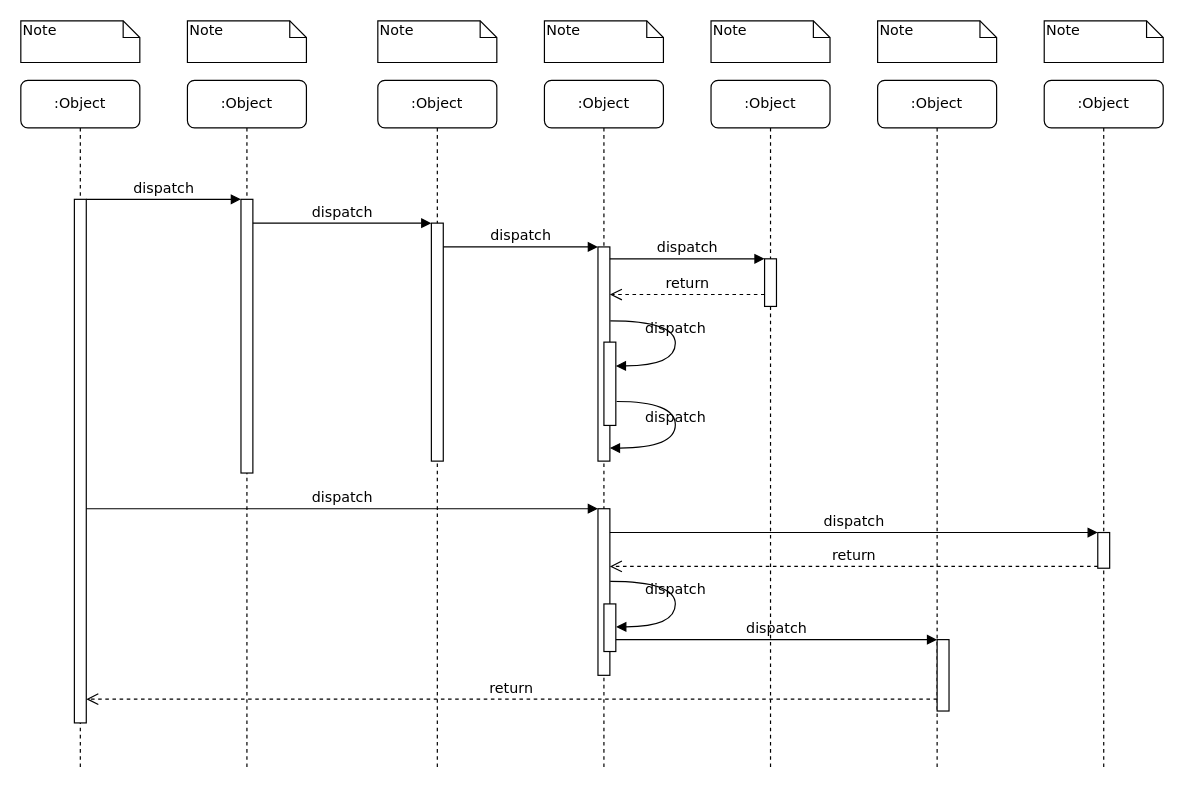
Above: Диаграмма _последовательности.drawio in Grigosty/diagrammsForStudy (draw.io), before the change. Source tidied: cells renumbered, new cells numbered last; positions are measured from the earlier drawing's top-left corner, leaving out a move shared by most shapes. Both pictures are drawn from the tidied source at 119%, with x=0, y=0 at pixel (20, 20).
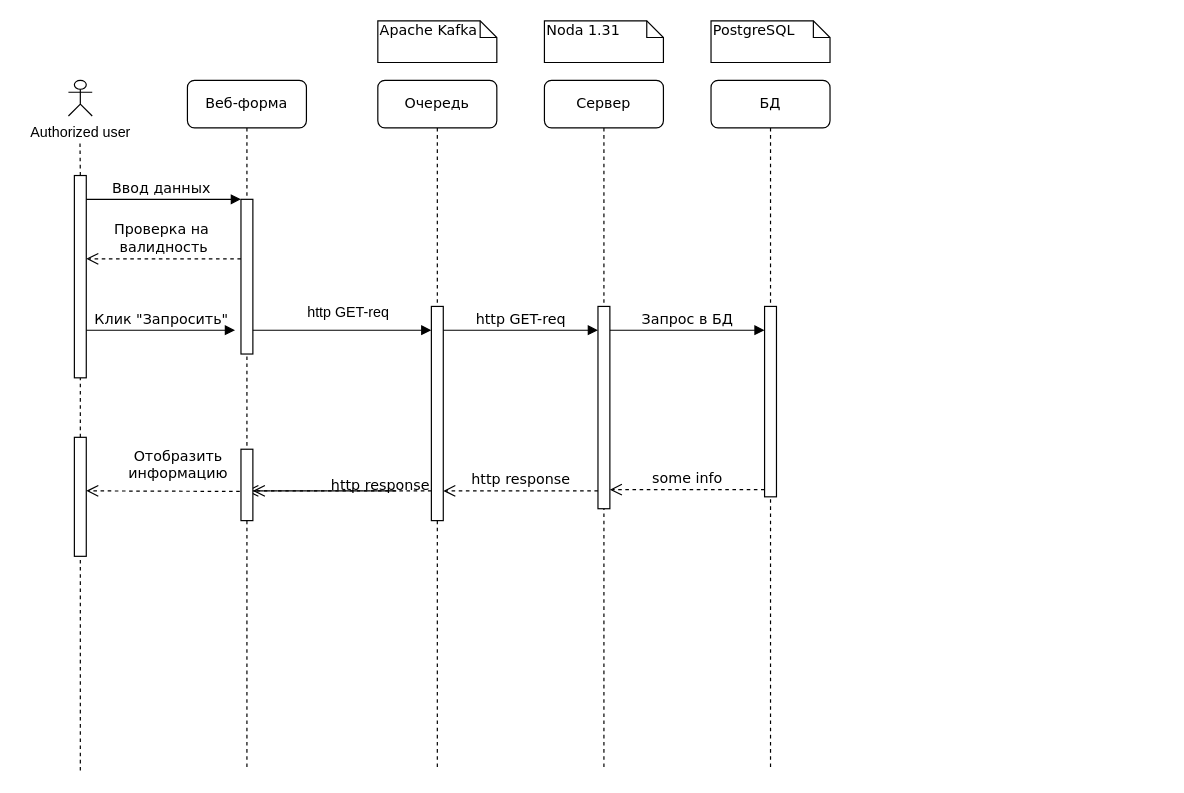
The same diagram, later.

The edit, as a diff of the source:
```diff
@@
-    <mxCell id="2" value=":Object" style="shape=umlLifeline;perimeter=lifelinePerimeter;whiteSpace=wrap;html=1;rounded=1;shadow=0;comic=0;labelBackgroundColor=none;strokeWidth=1;fontFamily=Verdana;fontSize=12;align=center;" parent="1" vertex="1">
+    <mxCell id="2" value="Веб-форма" style="shape=umlLifeline;perimeter=lifelinePerimeter;whiteSpace=wrap;html=1;rounded=1;shadow=0;comic=0;labelBackgroundColor=none;strokeWidth=1;fontFamily=Verdana;fontSize=12;align=center;" parent="1" vertex="1">
       <mxGeometry x="140" y="50" width="100" height="580" as="geometry" />
     </mxCell>
     <mxCell id="3" style="html=1;points=[];perimeter=orthogonalPerimeter;rounded=0;shadow=0;comic=0;labelBackgroundColor=none;strokeWidth=1;fontFamily=Verdana;fontSize=12;align=center;" parent="2" vertex="1">
-      <mxGeometry x="45" y="100" width="10" height="230" as="geometry" />
+      <mxGeometry x="45" y="100" width="10" height="130" as="geometry" />
     </mxCell>
+    <mxCell id="39" value="Проверка на&amp;nbsp;&lt;div&gt;валидность&lt;/div&gt;" style="html=1;verticalAlign=bottom;endArrow=open;dashed=1;endSize=8;labelBackgroundColor=none;fontFamily=Verdana;fontSize=12;edgeStyle=elbowEdgeStyle;elbow=vertical;" parent="2" edge="1">
+      <mxGeometry relative="1" as="geometry">
+        <mxPoint x="45" y="150" as="sourcePoint" />
+        <mxPoint x="-85" y="150" as="targetPoint" />
+        <Array as="points">
+          <mxPoint x="-10" y="150" />
+          <mxPoint x="20" y="150" />
+        </Array>
+      </mxGeometry>
+    </mxCell>
-    <mxCell id="4" value=":Object" style="shape=umlLifeline;perimeter=lifelinePerimeter;whiteSpace=wrap;html=1;rounded=1;shadow=0;comic=0;labelBackgroundColor=none;strokeWidth=1;fontFamily=Verdana;fontSize=12;align=center;" parent="1" vertex="1">
+    <mxCell id="4" value="Очередь" style="shape=umlLifeline;perimeter=lifelinePerimeter;whiteSpace=wrap;html=1;rounded=1;shadow=0;comic=0;labelBackgroundColor=none;strokeWidth=1;fontFamily=Verdana;fontSize=12;align=center;" parent="1" vertex="1">
       <mxGeometry x="300" y="50" width="100" height="580" as="geometry" />
     </mxCell>
     <mxCell id="5" style="html=1;points=[];perimeter=orthogonalPerimeter;rounded=0;shadow=0;comic=0;labelBackgroundColor=none;strokeWidth=1;fontFamily=Verdana;fontSize=12;align=center;" parent="4" vertex="1">
-      <mxGeometry x="45" y="120" width="10" height="200" as="geometry" />
+      <mxGeometry x="45" y="190" width="10" height="180" as="geometry" />
     </mxCell>
-    <mxCell id="6" value=":Object" style="shape=umlLifeline;perimeter=lifelinePerimeter;whiteSpace=wrap;html=1;rounded=1;shadow=0;comic=0;labelBackgroundColor=none;strokeWidth=1;fontFamily=Verdana;fontSize=12;align=center;" parent="1" vertex="1">
+    <mxCell id="6" value="Сервер" style="shape=umlLifeline;perimeter=lifelinePerimeter;whiteSpace=wrap;html=1;rounded=1;shadow=0;comic=0;labelBackgroundColor=none;strokeWidth=1;fontFamily=Verdana;fontSize=12;align=center;" parent="1" vertex="1">
       <mxGeometry x="440" y="50" width="100" height="580" as="geometry" />
     </mxCell>
+    <mxCell id="13" value="http GET-req" style="html=1;verticalAlign=bottom;endArrow=block;labelBackgroundColor=none;fontFamily=Verdana;fontSize=12;edgeStyle=elbowEdgeStyle;elbow=vertical;" parent="6" edge="1">
+      <mxGeometry relative="1" as="geometry">
+        <mxPoint x="-85" y="210" as="sourcePoint" />
+        <mxPoint x="45" y="210" as="targetPoint" />
+        <Array as="points">
+          <mxPoint x="-80" y="210" />
+        </Array>
+      </mxGeometry>
+    </mxCell>
+    <mxCell id="15" value="Запрос в БД" style="html=1;verticalAlign=bottom;endArrow=block;entryX=0;entryY=0;labelBackgroundColor=none;fontFamily=Verdana;fontSize=12;edgeStyle=elbowEdgeStyle;elbow=vertical;" parent="6" edge="1">
+      <mxGeometry relative="1" as="geometry">
+        <mxPoint x="55" y="210" as="sourcePoint" />
+        <mxPoint x="185" y="210" as="targetPoint" />
+      </mxGeometry>
+    </mxCell>
+    <mxCell id="12" style="html=1;points=[];perimeter=orthogonalPerimeter;rounded=0;shadow=0;comic=0;labelBackgroundColor=none;strokeWidth=1;fontFamily=Verdana;fontSize=12;align=center;" parent="6" vertex="1">
+      <mxGeometry x="45" y="190" width="10" height="170" as="geometry" />
+    </mxCell>
-    <mxCell id="7" value=":Object" style="shape=umlLifeline;perimeter=lifelinePerimeter;whiteSpace=wrap;html=1;rounded=1;shadow=0;comic=0;labelBackgroundColor=none;strokeWidth=1;fontFamily=Verdana;fontSize=12;align=center;" parent="1" vertex="1">
+    <mxCell id="7" value="БД" style="shape=umlLifeline;perimeter=lifelinePerimeter;whiteSpace=wrap;html=1;rounded=1;shadow=0;comic=0;labelBackgroundColor=none;strokeWidth=1;fontFamily=Verdana;fontSize=12;align=center;" parent="1" vertex="1">
       <mxGeometry x="580" y="50" width="100" height="580" as="geometry" />
     </mxCell>
-    <mxCell id="8" value=":Object" style="shape=umlLifeline;perimeter=lifelinePerimeter;whiteSpace=wrap;html=1;rounded=1;shadow=0;comic=0;labelBackgroundColor=none;strokeWidth=1;fontFamily=Verdana;fontSize=12;align=center;" parent="1" vertex="1">
-      <mxGeometry x="720" y="50" width="100" height="580" as="geometry" />
-    </mxCell>
-    <mxCell id="9" value=":Object" style="shape=umlLifeline;perimeter=lifelinePerimeter;whiteSpace=wrap;html=1;rounded=1;shadow=0;comic=0;labelBackgroundColor=none;strokeWidth=1;fontFamily=Verdana;fontSize=12;align=center;" parent="1" vertex="1">
-      <mxGeometry x="860" y="50" width="100" height="580" as="geometry" />
-    </mxCell>
-    <mxCell id="10" value=":Object" style="shape=umlLifeline;perimeter=lifelinePerimeter;whiteSpace=wrap;html=1;rounded=1;shadow=0;comic=0;labelBackgroundColor=none;strokeWidth=1;fontFamily=Verdana;fontSize=12;align=center;" parent="1" vertex="1">
-      <mxGeometry y="50" width="100" height="580" as="geometry" />
-    </mxCell>
-    <mxCell id="11" style="html=1;points=[];perimeter=orthogonalPerimeter;rounded=0;shadow=0;comic=0;labelBackgroundColor=none;strokeWidth=1;fontFamily=Verdana;fontSize=12;align=center;" parent="10" vertex="1">
-      <mxGeometry x="45" y="100" width="10" height="440" as="geometry" />
-    </mxCell>
-    <mxCell id="12" style="html=1;points=[];perimeter=orthogonalPerimeter;rounded=0;shadow=0;comic=0;labelBackgroundColor=none;strokeWidth=1;fontFamily=Verdana;fontSize=12;align=center;" parent="1" vertex="1">
-      <mxGeometry x="485" y="190" width="10" height="180" as="geometry" />
-    </mxCell>
-    <mxCell id="13" value="dispatch" style="html=1;verticalAlign=bottom;endArrow=block;labelBackgroundColor=none;fontFamily=Verdana;fontSize=12;edgeStyle=elbowEdgeStyle;elbow=vertical;" parent="1" edge="1" source="5" target="12">
-      <mxGeometry relative="1" as="geometry">
-        <Array as="points">
-          <mxPoint x="360" y="190" />
-        </Array>
-      </mxGeometry>
-    </mxCell>
-    <mxCell id="14" style="html=1;points=[];perimeter=orthogonalPerimeter;rounded=0;shadow=0;comic=0;labelBackgroundColor=none;strokeWidth=1;fontFamily=Verdana;fontSize=12;align=center;" parent="1" vertex="1">
-      <mxGeometry x="625" y="200" width="10" height="40" as="geometry" />
+    <mxCell id="14" style="html=1;points=[];perimeter=orthogonalPerimeter;rounded=0;shadow=0;comic=0;labelBackgroundColor=none;strokeWidth=1;fontFamily=Verdana;fontSize=12;align=center;" parent="7" vertex="1">
+      <mxGeometry x="45" y="190" width="10" height="160" as="geometry" />
     </mxCell>
-    <mxCell id="15" value="dispatch" style="html=1;verticalAlign=bottom;endArrow=block;entryX=0;entryY=0;labelBackgroundColor=none;fontFamily=Verdana;fontSize=12;edgeStyle=elbowEdgeStyle;elbow=vertical;" parent="1" edge="1" source="12" target="14">
-      <mxGeometry relative="1" as="geometry" />
-    </mxCell>
-    <mxCell id="16" value="return" style="html=1;verticalAlign=bottom;endArrow=open;dashed=1;endSize=8;labelBackgroundColor=none;fontFamily=Verdana;fontSize=12;edgeStyle=elbowEdgeStyle;elbow=vertical;" parent="1" edge="1" source="14" target="12">
-      <mxGeometry relative="1" as="geometry">
-        <Array as="points">
-          <mxPoint x="570" y="230" />
-          <mxPoint x="600" y="230" />
-        </Array>
-      </mxGeometry>
-    </mxCell>
-    <mxCell id="17" style="html=1;points=[];perimeter=orthogonalPerimeter;rounded=0;shadow=0;comic=0;labelBackgroundColor=none;strokeWidth=1;fontFamily=Verdana;fontSize=12;align=center;" parent="1" vertex="1">
-      <mxGeometry x="485" y="410" width="10" height="140" as="geometry" />
-    </mxCell>
-    <mxCell id="18" value="dispatch" style="html=1;verticalAlign=bottom;endArrow=block;entryX=0;entryY=0;labelBackgroundColor=none;fontFamily=Verdana;fontSize=12;" parent="1" edge="1" source="11" target="17">
-      <mxGeometry relative="1" as="geometry" />
-    </mxCell>
-    <mxCell id="19" style="html=1;points=[];perimeter=orthogonalPerimeter;rounded=0;shadow=0;comic=0;labelBackgroundColor=none;strokeColor=#000000;strokeWidth=1;fillColor=#FFFFFF;fontFamily=Verdana;fontSize=12;fontColor=#000000;align=center;" parent="1" vertex="1">
-      <mxGeometry x="905" y="430" width="10" height="30" as="geometry" />
-    </mxCell>
-    <mxCell id="20" value="dispatch" style="html=1;verticalAlign=bottom;endArrow=block;entryX=0;entryY=0;labelBackgroundColor=none;fontFamily=Verdana;fontSize=12;" parent="1" edge="1" source="17" target="19">
-      <mxGeometry relative="1" as="geometry" />
-    </mxCell>
-    <mxCell id="21" value="return" style="html=1;verticalAlign=bottom;endArrow=open;dashed=1;endSize=8;exitX=0;exitY=0.95;labelBackgroundColor=none;fontFamily=Verdana;fontSize=12;" parent="1" edge="1" source="19" target="17">
-      <mxGeometry relative="1" as="geometry" />
-    </mxCell>
-    <mxCell id="22" style="html=1;points=[];perimeter=orthogonalPerimeter;rounded=0;shadow=0;comic=0;labelBackgroundColor=none;strokeWidth=1;fontFamily=Verdana;fontSize=12;align=center;" parent="1" vertex="1">
-      <mxGeometry x="770" y="520" width="10" height="60" as="geometry" />
-    </mxCell>
-    <mxCell id="23" value="dispatch" style="html=1;verticalAlign=bottom;endArrow=block;entryX=0;entryY=0;labelBackgroundColor=none;fontFamily=Verdana;fontSize=12;edgeStyle=elbowEdgeStyle;elbow=vertical;" parent="1" edge="1" source="30" target="22">
-      <mxGeometry relative="1" as="geometry" />
-    </mxCell>
-    <mxCell id="24" value="return" style="html=1;verticalAlign=bottom;endArrow=open;dashed=1;endSize=8;labelBackgroundColor=none;fontFamily=Verdana;fontSize=12;edgeStyle=elbowEdgeStyle;elbow=vertical;" parent="1" edge="1" source="22" target="11">
-      <mxGeometry relative="1" as="geometry">
-        <Array as="points">
-          <mxPoint x="470" y="570" />
-        </Array>
-      </mxGeometry>
-    </mxCell>
-    <mxCell id="25" value="dispatch" style="html=1;verticalAlign=bottom;endArrow=block;entryX=0;entryY=0;labelBackgroundColor=none;fontFamily=Verdana;fontSize=12;edgeStyle=elbowEdgeStyle;elbow=vertical;" parent="1" edge="1" source="11" target="3">
-      <mxGeometry relative="1" as="geometry" />
+    <mxCell id="25" value="Ввод данных" style="html=1;verticalAlign=bottom;endArrow=block;entryX=0;entryY=0;labelBackgroundColor=none;fontFamily=Verdana;fontSize=12;edgeStyle=elbowEdgeStyle;elbow=vertical;" parent="1" edge="1" target="3">
+      <mxGeometry relative="1" as="geometry">
+        <mxPoint x="50" y="150" as="sourcePoint" />
+      </mxGeometry>
     </mxCell>
-    <mxCell id="26" value="dispatch" style="html=1;verticalAlign=bottom;endArrow=block;entryX=0;entryY=0;labelBackgroundColor=none;fontFamily=Verdana;fontSize=12;edgeStyle=elbowEdgeStyle;elbow=vertical;" parent="1" edge="1" source="3" target="5">
-      <mxGeometry relative="1" as="geometry" />
+    <mxCell id="26" style="html=1;verticalAlign=bottom;endArrow=block;entryX=0;entryY=0;labelBackgroundColor=none;fontFamily=Verdana;fontSize=12;edgeStyle=elbowEdgeStyle;elbow=vertical;" parent="1" edge="1">
+      <mxGeometry relative="1" as="geometry">
+        <mxPoint x="195" y="260" as="sourcePoint" />
+        <mxPoint x="345" y="260" as="targetPoint" />
+      </mxGeometry>
     </mxCell>
-    <mxCell id="27" style="html=1;points=[];perimeter=orthogonalPerimeter;rounded=0;shadow=0;comic=0;labelBackgroundColor=none;strokeWidth=1;fontFamily=Verdana;fontSize=12;align=center;" parent="1" vertex="1">
-      <mxGeometry x="490" y="270" width="10" height="70" as="geometry" />
-    </mxCell>
-    <mxCell id="28" value="dispatch" style="html=1;verticalAlign=bottom;endArrow=block;labelBackgroundColor=none;fontFamily=Verdana;fontSize=12;elbow=vertical;edgeStyle=orthogonalEdgeStyle;curved=1;entryX=1;entryY=0.286;entryPerimeter=0;exitX=1.038;exitY=0.345;exitPerimeter=0;" parent="1" edge="1" source="12" target="27">
-      <mxGeometry relative="1" as="geometry">
-        <Array as="points">
-          <mxPoint x="550" y="252" />
-          <mxPoint x="550" y="290" />
-        </Array>
-      </mxGeometry>
-    </mxCell>
-    <mxCell id="29" value="dispatch" style="html=1;verticalAlign=bottom;endArrow=block;labelBackgroundColor=none;fontFamily=Verdana;fontSize=12;elbow=vertical;edgeStyle=orthogonalEdgeStyle;curved=1;exitX=1.066;exitY=0.713;exitPerimeter=0;" parent="1" edge="1" source="27">
-      <mxGeometry relative="1" as="geometry">
-        <mxPoint x="495" y="359" as="targetPoint" />
-        <Array as="points">
-          <mxPoint x="550" y="320" />
-          <mxPoint x="550" y="359" />
-        </Array>
-      </mxGeometry>
-    </mxCell>
-    <mxCell id="30" style="html=1;points=[];perimeter=orthogonalPerimeter;rounded=0;shadow=0;comic=0;labelBackgroundColor=none;strokeWidth=1;fontFamily=Verdana;fontSize=12;align=center;" parent="1" vertex="1">
-      <mxGeometry x="490" y="490" width="10" height="40" as="geometry" />
-    </mxCell>
-    <mxCell id="31" value="dispatch" style="html=1;verticalAlign=bottom;endArrow=block;labelBackgroundColor=none;fontFamily=Verdana;fontSize=12;elbow=vertical;edgeStyle=orthogonalEdgeStyle;curved=1;entryX=1;entryY=0.286;entryPerimeter=0;exitX=1.038;exitY=0.345;exitPerimeter=0;" parent="1" edge="1">
-      <mxGeometry relative="1" as="geometry">
-        <mxPoint x="495.3" y="471" as="sourcePoint" />
-        <mxPoint x="500.3" y="509.3" as="targetPoint" />
-        <Array as="points">
-          <mxPoint x="550" y="471" />
-          <mxPoint x="550" y="509" />
-        </Array>
-      </mxGeometry>
-    </mxCell>
-    <mxCell id="32" value="Note" style="shape=note;whiteSpace=wrap;html=1;size=14;verticalAlign=top;align=left;spacingTop=-6;rounded=0;shadow=0;comic=0;labelBackgroundColor=none;strokeWidth=1;fontFamily=Verdana;fontSize=12;" parent="1" vertex="1">
-      <mxGeometry width="100" height="35" as="geometry" />
-    </mxCell>
-    <mxCell id="33" value="Note" style="shape=note;whiteSpace=wrap;html=1;size=14;verticalAlign=top;align=left;spacingTop=-6;rounded=0;shadow=0;comic=0;labelBackgroundColor=none;strokeWidth=1;fontFamily=Verdana;fontSize=12;" parent="1" vertex="1">
-      <mxGeometry x="140" width="100" height="35" as="geometry" />
-    </mxCell>
-    <mxCell id="34" value="Note" style="shape=note;whiteSpace=wrap;html=1;size=14;verticalAlign=top;align=left;spacingTop=-6;rounded=0;shadow=0;comic=0;labelBackgroundColor=none;strokeWidth=1;fontFamily=Verdana;fontSize=12;" parent="1" vertex="1">
+    <mxCell id="34" value="Apache Kafka" style="shape=note;whiteSpace=wrap;html=1;size=14;verticalAlign=top;align=left;spacingTop=-6;rounded=0;shadow=0;comic=0;labelBackgroundColor=none;strokeWidth=1;fontFamily=Verdana;fontSize=12;" parent="1" vertex="1">
       <mxGeometry x="300" width="100" height="35" as="geometry" />
     </mxCell>
-    <mxCell id="35" value="Note" style="shape=note;whiteSpace=wrap;html=1;size=14;verticalAlign=top;align=left;spacingTop=-6;rounded=0;shadow=0;comic=0;labelBackgroundColor=none;strokeWidth=1;fontFamily=Verdana;fontSize=12;" parent="1" vertex="1">
+    <mxCell id="35" value="Noda 1.31" style="shape=note;whiteSpace=wrap;html=1;size=14;verticalAlign=top;align=left;spacingTop=-6;rounded=0;shadow=0;comic=0;labelBackgroundColor=none;strokeWidth=1;fontFamily=Verdana;fontSize=12;" parent="1" vertex="1">
       <mxGeometry x="440" width="100" height="35" as="geometry" />
     </mxCell>
-    <mxCell id="36" value="Note" style="shape=note;whiteSpace=wrap;html=1;size=14;verticalAlign=top;align=left;spacingTop=-6;rounded=0;shadow=0;comic=0;labelBackgroundColor=none;strokeWidth=1;fontFamily=Verdana;fontSize=12;" parent="1" vertex="1">
+    <mxCell id="36" value="PostgreSQL" style="shape=note;whiteSpace=wrap;html=1;size=14;verticalAlign=top;align=left;spacingTop=-6;rounded=0;shadow=0;comic=0;labelBackgroundColor=none;strokeWidth=1;fontFamily=Verdana;fontSize=12;" parent="1" vertex="1">
       <mxGeometry x="580" width="100" height="35" as="geometry" />
     </mxCell>
-    <mxCell id="37" value="Note" style="shape=note;whiteSpace=wrap;html=1;size=14;verticalAlign=top;align=left;spacingTop=-6;rounded=0;shadow=0;comic=0;labelBackgroundColor=none;strokeWidth=1;fontFamily=Verdana;fontSize=12;" parent="1" vertex="1">
-      <mxGeometry x="720" width="100" height="35" as="geometry" />
-    </mxCell>
-    <mxCell id="38" value="Note" style="shape=note;whiteSpace=wrap;html=1;size=14;verticalAlign=top;align=left;spacingTop=-6;rounded=0;shadow=0;comic=0;labelBackgroundColor=none;strokeWidth=1;fontFamily=Verdana;fontSize=12;" parent="1" vertex="1">
-      <mxGeometry x="860" width="100" height="35" as="geometry" />
-    </mxCell>
+    <mxCell id="40" value="http GET-req" style="text;html=1;align=center;verticalAlign=middle;strokeColor=none;fillColor=none;" parent="1" vertex="1">
+      <mxGeometry x="230" y="230" width="90" height="30" as="geometry" />
+    </mxCell>
+    <mxCell id="41" value="Authorized user" style="shape=umlActor;verticalLabelPosition=bottom;verticalAlign=top;html=1;" parent="1" vertex="1">
+      <mxGeometry x="40" y="50" width="20" height="30" as="geometry" />
+    </mxCell>
+    <mxCell id="42" style="endArrow=none;dashed=1;html=1;rounded=0;" parent="1" edge="1" source="46" target="43">
+      <mxGeometry relative="1" as="geometry" />
+    </mxCell>
+    <mxCell id="43" style="rounded=0;whiteSpace=wrap;html=1;" parent="1" vertex="1">
+      <mxGeometry x="45" y="130" width="10" height="170" as="geometry" />
+    </mxCell>
+    <mxCell id="44" value="http response" style="html=1;verticalAlign=bottom;endArrow=open;dashed=1;endSize=8;labelBackgroundColor=none;fontFamily=Verdana;fontSize=12;edgeStyle=elbowEdgeStyle;elbow=vertical;" parent="1" edge="1" source="52">
+      <mxGeometry x="-0.16" y="-5" relative="1" as="geometry">
+        <mxPoint x="189.5" y="395" as="targetPoint" />
+        <Array as="points">
+          <mxPoint x="320.1" y="395" />
+        </Array>
+      </mxGeometry>
+    </mxCell>
+    <mxCell id="45" style="endArrow=none;dashed=1;html=1;rounded=0;" parent="1" edge="1" target="46">
+      <mxGeometry relative="1" as="geometry">
+        <mxPoint x="50" y="630" as="sourcePoint" />
+      </mxGeometry>
+    </mxCell>
+    <mxCell id="46" style="rounded=0;whiteSpace=wrap;html=1;" parent="1" vertex="1">
+      <mxGeometry x="45" y="350" width="10" height="100" as="geometry" />
+    </mxCell>
+    <mxCell id="47" value="Клик &quot;Запросить&quot;" style="html=1;verticalAlign=bottom;endArrow=block;labelBackgroundColor=none;fontFamily=Verdana;fontSize=12;edgeStyle=elbowEdgeStyle;elbow=vertical;" parent="1" edge="1">
+      <mxGeometry relative="1" as="geometry">
+        <mxPoint x="55" y="260" as="sourcePoint" />
+        <mxPoint x="180" y="260" as="targetPoint" />
+      </mxGeometry>
+    </mxCell>
+    <mxCell id="48" value="http response" style="html=1;verticalAlign=bottom;endArrow=open;dashed=1;endSize=8;labelBackgroundColor=none;fontFamily=Verdana;fontSize=12;edgeStyle=elbowEdgeStyle;elbow=vertical;" parent="1" edge="1">
+      <mxGeometry relative="1" as="geometry">
+        <mxPoint x="485" y="395" as="sourcePoint" />
+        <mxPoint x="355" y="395" as="targetPoint" />
+        <Array as="points">
+          <mxPoint x="430" y="395" />
+          <mxPoint x="460" y="395" />
+        </Array>
+      </mxGeometry>
+    </mxCell>
+    <mxCell id="16" value="some info" style="html=1;verticalAlign=bottom;endArrow=open;dashed=1;endSize=8;labelBackgroundColor=none;fontFamily=Verdana;fontSize=12;edgeStyle=elbowEdgeStyle;elbow=horizontal;" parent="1" edge="1">
+      <mxGeometry relative="1" as="geometry">
+        <mxPoint x="625" y="394" as="sourcePoint" />
+        <mxPoint x="495" y="394" as="targetPoint" />
+        <Array as="points">
+          <mxPoint x="570" y="394" />
+          <mxPoint x="600" y="394" />
+        </Array>
+      </mxGeometry>
+    </mxCell>
+    <mxCell id="49" value="Отобразить&lt;div&gt;информацию&lt;/div&gt;" style="html=1;verticalAlign=bottom;endArrow=open;dashed=1;endSize=8;labelBackgroundColor=none;fontFamily=Verdana;fontSize=12;edgeStyle=elbowEdgeStyle;elbow=vertical;" parent="1" edge="1">
+      <mxGeometry x="-0.11" y="-5" relative="1" as="geometry">
+        <mxPoint x="190" y="395.5" as="sourcePoint" />
+        <mxPoint x="55" y="395" as="targetPoint" />
+        <Array as="points">
+          <mxPoint x="155.6" y="395" />
+          <mxPoint x="185.6" y="395" />
+        </Array>
+        <mxPoint x="1" as="offset" />
+      </mxGeometry>
+    </mxCell>
+    <mxCell id="50" style="endArrow=none;dashed=1;html=1;rounded=0;" parent="1" edge="1">
+      <mxGeometry relative="1" as="geometry">
+        <mxPoint x="50" y="130" as="sourcePoint" />
+        <mxPoint x="49.7" y="100" as="targetPoint" />
+      </mxGeometry>
+    </mxCell>
+    <mxCell id="51" style="html=1;verticalAlign=bottom;endArrow=open;dashed=1;endSize=8;labelBackgroundColor=none;fontFamily=Verdana;fontSize=12;edgeStyle=elbowEdgeStyle;elbow=vertical;" parent="1" edge="1" target="52">
+      <mxGeometry x="-0.16" y="-5" relative="1" as="geometry">
+        <mxPoint x="345.1" y="395" as="sourcePoint" />
+        <Array as="points">
+          <mxPoint x="290.1" y="395" />
+        </Array>
+      </mxGeometry>
+    </mxCell>
+    <mxCell id="52" style="html=1;points=[];perimeter=orthogonalPerimeter;rounded=0;shadow=0;comic=0;labelBackgroundColor=none;strokeWidth=1;fontFamily=Verdana;fontSize=12;align=center;" parent="1" vertex="1">
+      <mxGeometry x="185" y="360" width="10" height="60" as="geometry" />
+    </mxCell>
```
